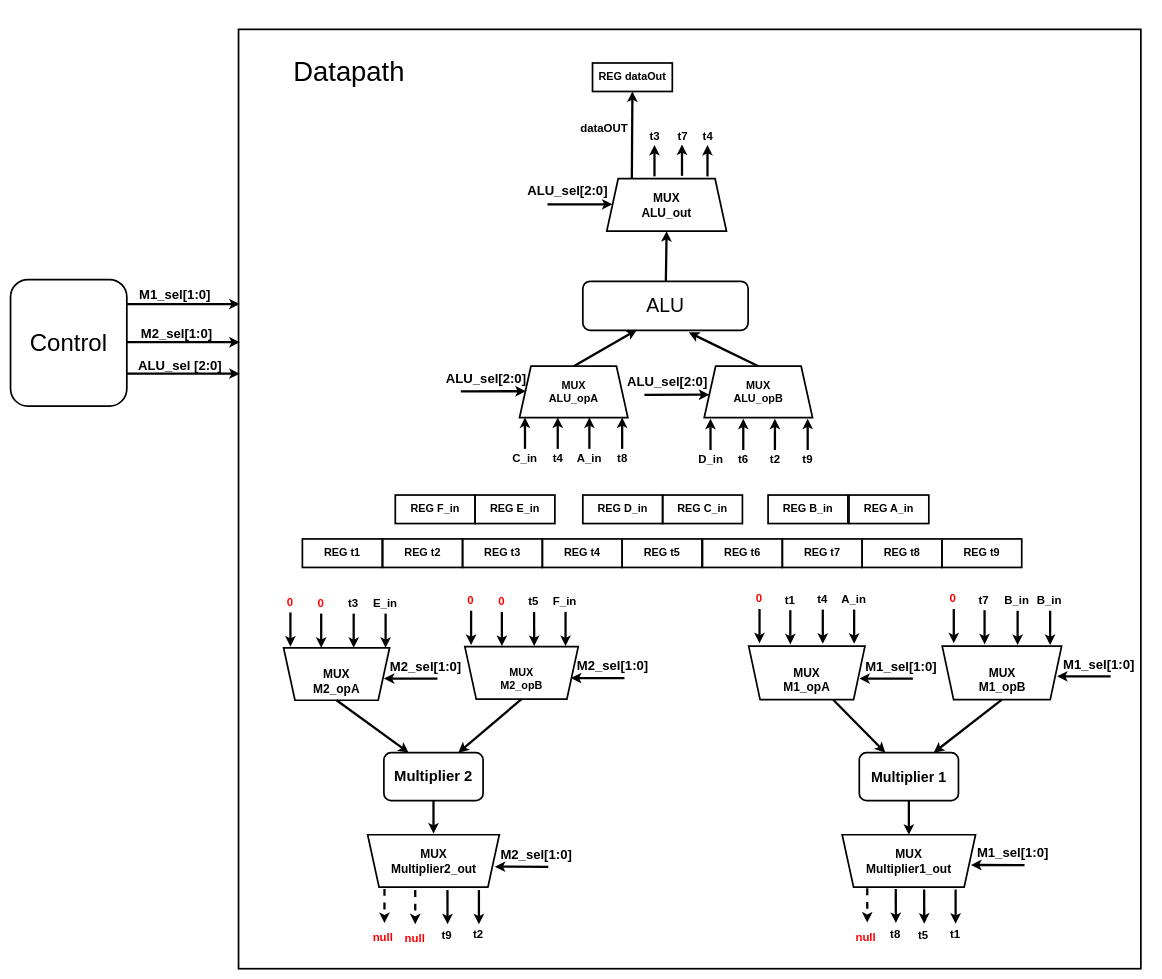
Before: datapath_labels.drawio in luispl77/lab_2, a draw.io diagram. Source tidied: cells renumbered, new cells numbered last; positions are measured from the earlier drawing's top-left corner, leaving out a move shared by most shapes. Both pictures are drawn from the tidied source at 57%, with x=0, y=0 at pixel (10, 29).
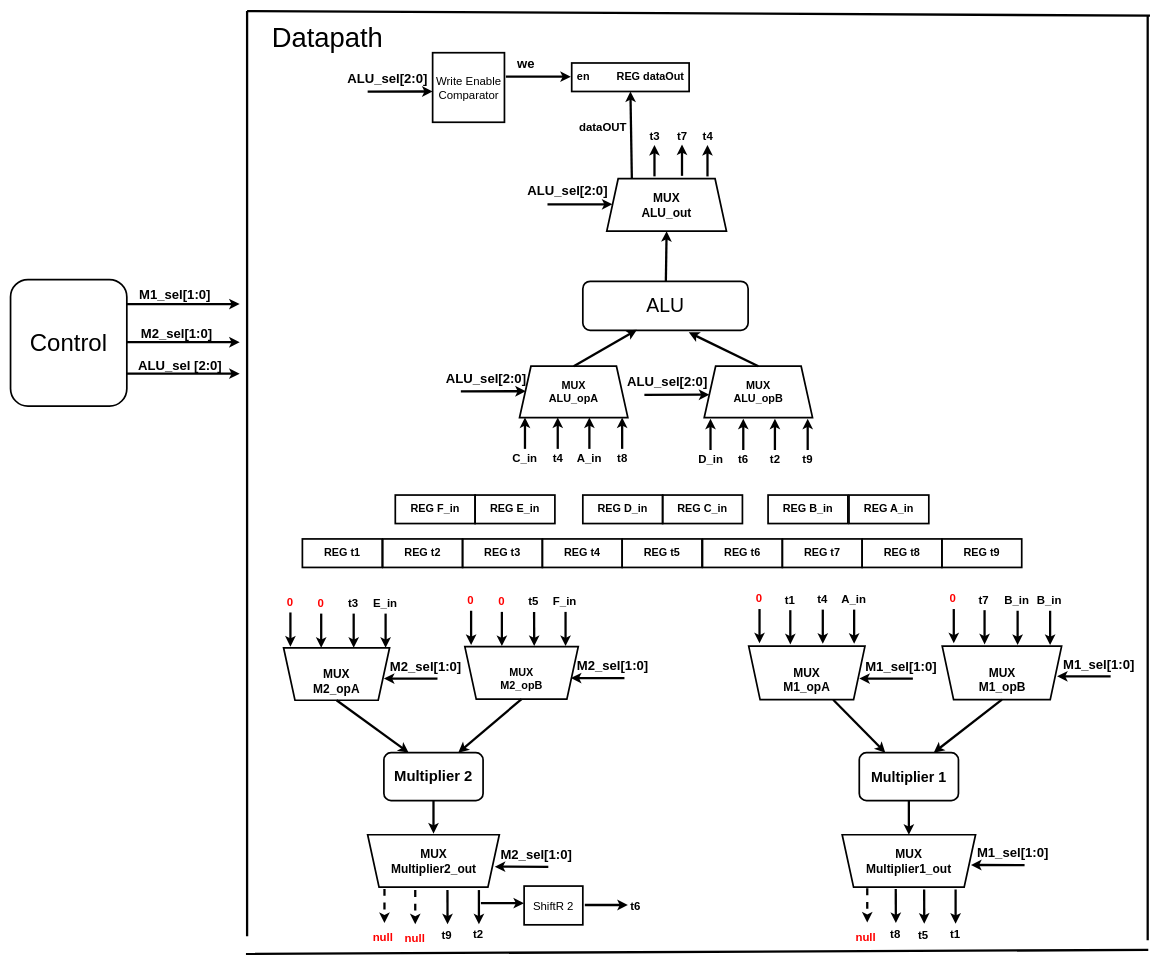
After the change.

Commit message (it also covers changes not shown here):
updated diagram with write enable and 2bit shiftR

Unchanged cells that the change refers to:
```xml
<mxCell id="119" style="endArrow=classic;html=1;fontSize=18;strokeWidth=4;strokeColor=#000000;" parent="1" edge="1">
  <mxGeometry relative="1" as="geometry">
    <mxPoint x="1178" y="257" as="sourcePoint" />
    <mxPoint x="1178" y="202" as="targetPoint" />
  </mxGeometry>
</mxCell>
```

What changed in the source:
```diff
@@
-    <mxCell id="2" style="rounded=0;whiteSpace=wrap;html=1;fontSize=20;fontColor=#000000;fillColor=none;strokeColor=#000000;strokeWidth=3;" parent="1" vertex="1">
-      <mxGeometry x="400" width="1583" height="1648" as="geometry" />
-    </mxCell>
@@
-    <mxCell id="30" value="&lt;b&gt;&lt;font style=&quot;font-size: 19px;&quot; color=&quot;#000000&quot;&gt;REG dataOut&lt;/font&gt;&lt;span style=&quot;color: rgba(0, 0, 0, 0); font-family: monospace; font-size: 0px; text-align: start;&quot;&gt;%3E%3Croot%3E%3CmxCell%20id%3D%220%22%2F%3E%3CmxCell%20id%3D%221%22%20parent%3D%220%22%2F%3E%3CmxCell%20id%3D%222%22%20value%3D%22%26lt%3Bfont%20style%3D%26quot%3Bfont-size%3A%2019px%3B%26quot%3B%20color%3D%26quot%3B%23000000%26quot%3B%26gt%3BMultiplier%201%26lt%3B%2Ffont%26gt%3B%22%20style%3D%22rounded%3D1%3BwhiteSpace%3Dwrap%3Bhtml%3D1%3BfillColor%3Dnone%3BstrokeColor%3D%23000000%3BstrokeWidth%3D3%3B%22%20vertex%3D%221%22%20parent%3D%221%22%3E%3CmxGeometry%20x%3D%22220%22%20y%3D%22680%22%20width%3D%22140%22%20height%3D%2250%22%20as%3D%22geometry%22%2F%3E%3C%2FmxCell%3E%3C%2Froot%3E%3C%2FmxGraphModel%3E&lt;/span&gt;&lt;/b&gt;" style="rounded=0;whiteSpace=wrap;html=1;fillColor=none;strokeColor=#000000;strokeWidth=3;" parent="1" vertex="1">
-      <mxGeometry x="1021" y="59" width="140" height="50" as="geometry" />
+    <mxCell id="30" value="&lt;div style=&quot;text-align: left;&quot;&gt;&lt;b style=&quot;background-color: initial;&quot;&gt;&lt;font style=&quot;font-size: 19px;&quot; color=&quot;#000000&quot;&gt;en&amp;nbsp; &amp;nbsp; &amp;nbsp; &amp;nbsp; &amp;nbsp;REG dataOut&lt;/font&gt;&lt;span style=&quot;color: rgba(0, 0, 0, 0); font-family: monospace; font-size: 0px; text-align: start;&quot;&gt;%3E%3Croot%3E%3CmxCell%20id%3D%220%22%2F%3E%3CmxCell%20id%3D%221%22%20parent%3D%220%22%2F%3E%3CmxCell%20id%3D%222%22%20value%3D%22%26lt%3Bfont%20style%3D%26quot%3Bfont-size%3A%2019px%3B%26quot%3B%20color%3D%26quot%3B%23000000%26quot%3B%26gt%3BMultiplier%201%26lt%3B%2Ffont%26gt%3B%22%20style%3D%22rounded%3D1%3BwhiteSpace%3Dwrap%3Bhtml%3D1%3BfillColor%3Dnone%3BstrokeColor%3D%23000000%3BstrokeWidth%3D3%3B%22%20vertex%3D%221%22%20parent%3D%221%22%3E%3CmxGeometry%20x%3D%22220%22%20y%3D%22680%22%20width%3D%22140%22%20height%3D%2250%22%20as%3D%22geometry%22%2F%3E%3C%2FmxCell%3E%3C%2Froot%3E%3C%2FmxGraphModel%3E&lt;/span&gt;&lt;/b&gt;&lt;/div&gt;" style="rounded=0;whiteSpace=wrap;html=1;fillColor=none;strokeColor=#000000;strokeWidth=3;" parent="1" vertex="1">
+      <mxGeometry x="984.5" y="59" width="206" height="50" as="geometry" />
     </mxCell>
@@
     <mxCell id="120" value="&lt;b style=&quot;&quot;&gt;&lt;font style=&quot;font-size: 20px;&quot;&gt;t7&lt;/font&gt;&lt;/b&gt;" style="edgeLabel;html=1;align=center;verticalAlign=middle;fontSize=18;rotation=0;fontColor=#000000;labelBackgroundColor=none;" parent="119" vertex="1">
       <mxGeometry x="-0.17" y="-9" relative="1" as="geometry">
-        <mxPoint x="-9" y="-48" as="offset" />
+        <mxPoint x="-10" y="-48" as="offset" />
       </mxGeometry>
     </mxCell>
@@
     <mxCell id="137" value="&lt;font style=&quot;font-size: 48px;&quot;&gt;Datapath&lt;/font&gt;" style="text;html=1;strokeColor=none;fillColor=none;align=center;verticalAlign=middle;whiteSpace=wrap;rounded=0;strokeWidth=3;fontSize=20;fontColor=#000000;" parent="1" vertex="1">
-      <mxGeometry x="564" y="59" width="60" height="30" as="geometry" />
+      <mxGeometry x="526" y="-1" width="60" height="30" as="geometry" />
     </mxCell>
+    <mxCell id="138" style="endArrow=classic;html=1;fontSize=18;strokeWidth=4;strokeColor=#000000;" parent="1" edge="1">
+      <mxGeometry relative="1" as="geometry">
+        <mxPoint x="869" y="83.1" as="sourcePoint" />
+        <mxPoint x="983" y="83" as="targetPoint" />
+      </mxGeometry>
+    </mxCell>
+    <mxCell id="139" value="&lt;span style=&quot;font-size: 23px;&quot;&gt;&lt;b&gt;we&lt;/b&gt;&lt;/span&gt;" style="edgeLabel;html=1;align=center;verticalAlign=middle;fontSize=18;rotation=0;fontColor=#000000;labelBackgroundColor=none;" parent="138" vertex="1">
+      <mxGeometry x="-0.17" y="-9" relative="1" as="geometry">
+        <mxPoint x="-13" y="-33" as="offset" />
+      </mxGeometry>
+    </mxCell>
+    <mxCell id="140" value="&lt;font style=&quot;font-size: 20px;&quot; color=&quot;#000000&quot;&gt;Write Enable Comparator&lt;/font&gt;" style="rounded=0;whiteSpace=wrap;html=1;fillColor=none;strokeColor=#000000;strokeWidth=3;" parent="1" vertex="1">
+      <mxGeometry x="740.5" y="41" width="126" height="122" as="geometry" />
+    </mxCell>
+    <mxCell id="141" style="endArrow=classic;html=1;fontSize=18;strokeWidth=4;strokeColor=#000000;" parent="1" edge="1">
+      <mxGeometry relative="1" as="geometry">
+        <mxPoint x="626.5" y="109.1" as="sourcePoint" />
+        <mxPoint x="740.5" y="109" as="targetPoint" />
+      </mxGeometry>
+    </mxCell>
+    <mxCell id="142" value="&lt;font style=&quot;font-size: 23px;&quot;&gt;&lt;b&gt;ALU_sel&lt;/b&gt;&lt;/font&gt;&lt;b style=&quot;font-size: 23px;&quot;&gt;[2:0]&lt;/b&gt;" style="edgeLabel;html=1;align=center;verticalAlign=middle;fontSize=18;rotation=0;fontColor=#000000;labelBackgroundColor=none;" parent="141" vertex="1">
+      <mxGeometry x="-0.17" y="-9" relative="1" as="geometry">
+        <mxPoint x="-13" y="-33" as="offset" />
+      </mxGeometry>
+    </mxCell>
+    <mxCell id="143" style="endArrow=classic;html=1;fontSize=18;strokeWidth=4;strokeColor=#000000;" parent="1" edge="1">
+      <mxGeometry relative="1" as="geometry">
+        <mxPoint x="825.2" y="1533" as="sourcePoint" />
+        <mxPoint x="900.8" y="1533" as="targetPoint" />
+      </mxGeometry>
+    </mxCell>
+    <mxCell id="144" value="&lt;font style=&quot;font-size: 20px;&quot; color=&quot;#000000&quot;&gt;ShiftR 2&lt;/font&gt;" style="rounded=0;whiteSpace=wrap;html=1;fillColor=none;strokeColor=#000000;strokeWidth=3;" parent="1" vertex="1">
+      <mxGeometry x="901" y="1503" width="103" height="68" as="geometry" />
+    </mxCell>
+    <mxCell id="145" style="endArrow=classic;html=1;fontSize=18;strokeWidth=4;strokeColor=#000000;" parent="1" edge="1">
+      <mxGeometry relative="1" as="geometry">
+        <mxPoint x="1007.5" y="1536.2" as="sourcePoint" />
+        <mxPoint x="1083" y="1536.2" as="targetPoint" />
+      </mxGeometry>
+    </mxCell>
+    <mxCell id="146" value="&lt;b style=&quot;&quot;&gt;&lt;font style=&quot;font-size: 20px;&quot;&gt;t6&lt;/font&gt;&lt;/b&gt;" style="edgeLabel;html=1;align=center;verticalAlign=middle;fontSize=18;rotation=0;fontColor=#000000;labelBackgroundColor=none;" parent="1" vertex="1">
+      <mxGeometry x="835" y="1571" as="geometry">
+        <mxPoint x="260" y="-34" as="offset" />
+      </mxGeometry>
+    </mxCell>
+    <mxCell id="147" style="endArrow=none;html=1;strokeColor=#000000;strokeWidth=4;fontSize=20;fontColor=#000000;" parent="1" edge="1">
+      <mxGeometry relative="1" as="geometry">
+        <mxPoint x="415" y="-32" as="sourcePoint" />
+        <mxPoint x="415" y="1591" as="targetPoint" />
+      </mxGeometry>
+    </mxCell>
+    <mxCell id="148" style="endArrow=none;html=1;strokeColor=#000000;strokeWidth=4;fontSize=20;fontColor=#000000;" parent="1" edge="1">
+      <mxGeometry relative="1" as="geometry">
+        <mxPoint x="415" y="-32" as="sourcePoint" />
+        <mxPoint x="1999" y="-24" as="targetPoint" />
+      </mxGeometry>
+    </mxCell>
+    <mxCell id="149" style="endArrow=none;html=1;strokeColor=#000000;strokeWidth=4;fontSize=20;fontColor=#000000;" parent="1" edge="1">
+      <mxGeometry relative="1" as="geometry">
+        <mxPoint x="1995" y="-25" as="sourcePoint" />
+        <mxPoint x="1995" y="1598" as="targetPoint" />
+      </mxGeometry>
+    </mxCell>
+    <mxCell id="150" style="endArrow=none;html=1;strokeColor=#000000;strokeWidth=4;fontSize=20;fontColor=#000000;" parent="1" edge="1">
+      <mxGeometry relative="1" as="geometry">
+        <mxPoint x="1996" y="1615" as="sourcePoint" />
+        <mxPoint x="413" y="1622" as="targetPoint" />
+      </mxGeometry>
+    </mxCell>
```
